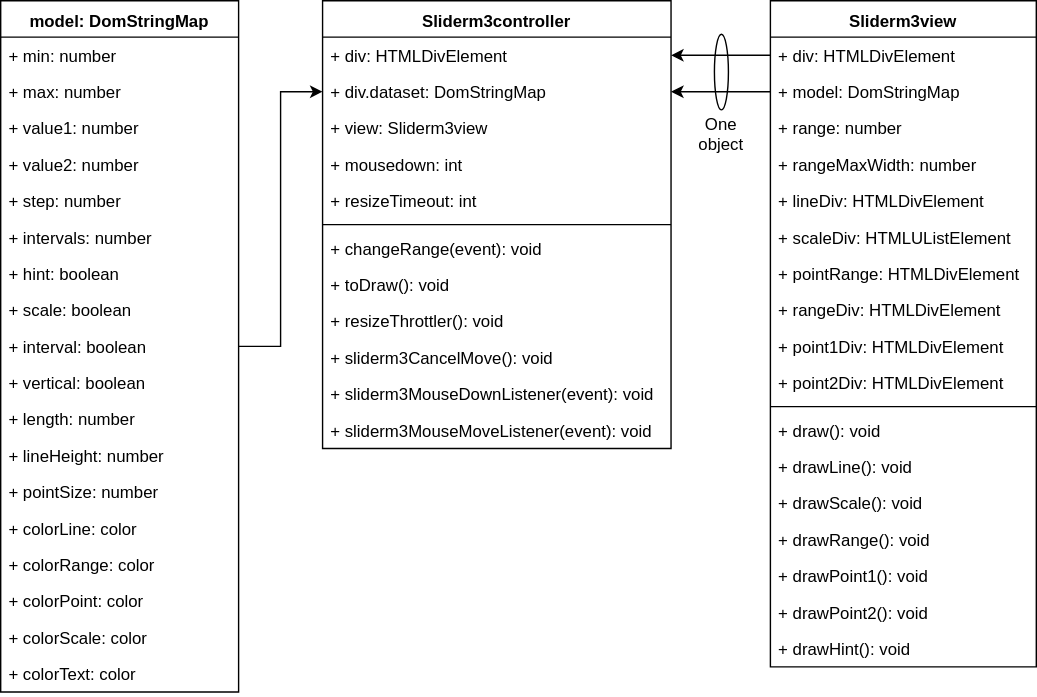
Above: schema.svg in alexanderkif/modifiable-slider (draw.io), before the change. Source tidied: cells renumbered, new cells last; positions are measured from the earlier drawing's top-left corner, leaving out a move shared by most shapes.
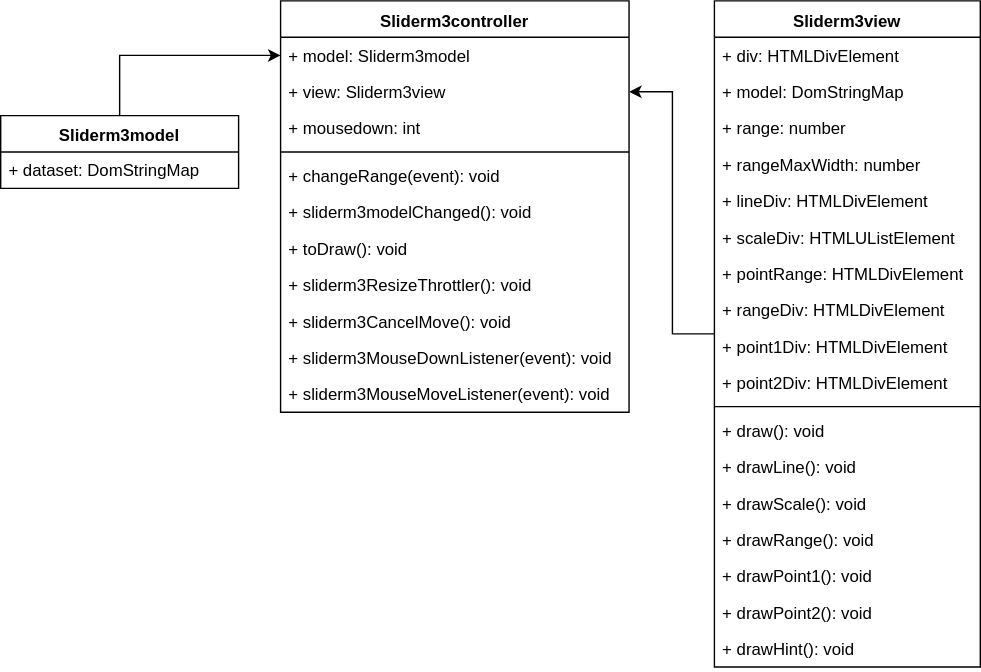
The same diagram one commit later.

The edit, as a diff of the source:
```diff
@@ -3,103 +3,52 @@
     <mxCell id="0" />
     <mxCell id="1" parent="0" />
     <mxCell id="2" value="Sliderm3controller" style="swimlane;fontStyle=1;align=center;verticalAlign=top;horizontal=1;startSize=26;" parent="1" vertex="1">
-      <mxGeometry x="230" width="249" height="320" as="geometry" />
+      <mxGeometry x="230" width="249" height="294" as="geometry" />
     </mxCell>
-    <mxCell id="3" value="+ div: HTMLDivElement" style="text;strokeColor=none;fillColor=none;align=left;verticalAlign=top;spacingLeft=4;spacingRight=4;overflow=hidden;points=[[0,0.5],[1,0.5]];portConstraint=eastwest;" parent="2" vertex="1">
-      <mxGeometry y="26" width="249" height="26" as="geometry" />
-    </mxCell>
-    <mxCell id="4" value="+ div.dataset: DomStringMap" style="text;strokeColor=none;fillColor=none;align=left;verticalAlign=top;spacingLeft=4;spacingRight=4;overflow=hidden;points=[[0,0.5],[1,0.5]];portConstraint=eastwest;" parent="2" vertex="1">
-      <mxGeometry y="52" width="249" height="26" as="geometry" />
+    <mxCell id="4" value="+ model: Sliderm3model" style="text;strokeColor=none;fillColor=none;align=left;verticalAlign=top;spacingLeft=4;spacingRight=4;overflow=hidden;points=[[0,0.5],[1,0.5]];portConstraint=eastwest;" parent="2" vertex="1">
+      <mxGeometry y="26" width="249" height="26" as="geometry" />
     </mxCell>
     <mxCell id="5" value="+ view: Sliderm3view" style="text;strokeColor=none;fillColor=none;align=left;verticalAlign=top;spacingLeft=4;spacingRight=4;overflow=hidden;points=[[0,0.5],[1,0.5]];portConstraint=eastwest;" parent="2" vertex="1">
-      <mxGeometry y="78" width="249" height="26" as="geometry" />
+      <mxGeometry y="52" width="249" height="26" as="geometry" />
     </mxCell>
     <mxCell id="6" value="+ mousedown: int" style="text;strokeColor=none;fillColor=none;align=left;verticalAlign=top;spacingLeft=4;spacingRight=4;overflow=hidden;" parent="2" vertex="1">
-      <mxGeometry y="104" width="249" height="26" as="geometry" />
+      <mxGeometry y="78" width="249" height="26" as="geometry" />
     </mxCell>
-    <mxCell id="7" value="+ resizeTimeout: int" style="text;strokeColor=none;fillColor=none;align=left;verticalAlign=top;spacingLeft=4;spacingRight=4;overflow=hidden;" parent="2" vertex="1">
-      <mxGeometry y="130" width="249" height="26" as="geometry" />
-    </mxCell>
     <mxCell id="8" style="line;strokeWidth=1;fillColor=none;align=left;verticalAlign=middle;spacingTop=-1;spacingLeft=3;spacingRight=3;labelPosition=right;" parent="2" vertex="1">
-      <mxGeometry y="156" width="249" height="8" as="geometry" />
+      <mxGeometry y="104" width="249" height="8" as="geometry" />
     </mxCell>
     <mxCell id="9" value="+ changeRange(event): void" style="text;strokeColor=none;fillColor=none;align=left;verticalAlign=top;spacingLeft=4;spacingRight=4;overflow=hidden;" parent="2" vertex="1">
-      <mxGeometry y="164" width="249" height="26" as="geometry" />
+      <mxGeometry y="112" width="249" height="26" as="geometry" />
     </mxCell>
+    <mxCell id="58" value="+ sliderm3modelChanged(): void&#10;" style="text;strokeColor=none;fillColor=none;align=left;verticalAlign=top;spacingLeft=4;spacingRight=4;overflow=hidden;" parent="2" vertex="1">
+      <mxGeometry y="138" width="249" height="26" as="geometry" />
+    </mxCell>
     <mxCell id="10" value="+ toDraw(): void" style="text;strokeColor=none;fillColor=none;align=left;verticalAlign=top;spacingLeft=4;spacingRight=4;overflow=hidden;" parent="2" vertex="1">
-      <mxGeometry y="190" width="249" height="26" as="geometry" />
+      <mxGeometry y="164" width="249" height="26" as="geometry" />
     </mxCell>
-    <mxCell id="11" value="+ resizeThrottler(): void" style="text;strokeColor=none;fillColor=none;align=left;verticalAlign=top;spacingLeft=4;spacingRight=4;overflow=hidden;" parent="2" vertex="1">
-      <mxGeometry y="216" width="249" height="26" as="geometry" />
+    <mxCell id="11" value="+ sliderm3ResizeThrottler(): void&#10;" style="text;strokeColor=none;fillColor=none;align=left;verticalAlign=top;spacingLeft=4;spacingRight=4;overflow=hidden;" parent="2" vertex="1">
+      <mxGeometry y="190" width="249" height="26" as="geometry" />
     </mxCell>
     <mxCell id="12" value="+ sliderm3CancelMove(): void" style="text;strokeColor=none;fillColor=none;align=left;verticalAlign=top;spacingLeft=4;spacingRight=4;overflow=hidden;" parent="2" vertex="1">
-      <mxGeometry y="242" width="249" height="26" as="geometry" />
+      <mxGeometry y="216" width="249" height="26" as="geometry" />
     </mxCell>
     <mxCell id="13" value="+ sliderm3MouseDownListener(event): void" style="text;strokeColor=none;fillColor=none;align=left;verticalAlign=top;spacingLeft=4;spacingRight=4;overflow=hidden;" parent="2" vertex="1">
-      <mxGeometry y="268" width="249" height="26" as="geometry" />
+      <mxGeometry y="242" width="249" height="26" as="geometry" />
     </mxCell>
     <mxCell id="14" value="+ sliderm3MouseMoveListener(event): void" style="text;strokeColor=none;fillColor=none;align=left;verticalAlign=top;spacingLeft=4;spacingRight=4;overflow=hidden;" parent="2" vertex="1">
-      <mxGeometry y="294" width="249" height="26" as="geometry" />
+      <mxGeometry y="268" width="249" height="26" as="geometry" />
     </mxCell>
-    <mxCell id="15" value="model: DomStringMap" style="swimlane;fontStyle=1;align=center;verticalAlign=top;horizontal=1;startSize=26;" parent="1" vertex="1">
-      <mxGeometry width="170" height="494" as="geometry" />
+    <mxCell id="15" value="Sliderm3model" style="swimlane;fontStyle=1;align=center;verticalAlign=top;horizontal=1;startSize=26;" parent="1" vertex="1">
+      <mxGeometry x="30" y="82" width="170" height="52" as="geometry" />
     </mxCell>
-    <mxCell id="16" value="+ min: number" style="text;strokeColor=none;fillColor=none;align=left;verticalAlign=top;spacingLeft=4;spacingRight=4;overflow=hidden;" parent="15" vertex="1">
+    <mxCell id="16" value="+ dataset: DomStringMap" style="text;strokeColor=none;fillColor=none;align=left;verticalAlign=top;spacingLeft=4;spacingRight=4;overflow=hidden;" parent="15" vertex="1">
       <mxGeometry y="26" width="170" height="26" as="geometry" />
     </mxCell>
-    <mxCell id="17" value="+ max: number" style="text;strokeColor=none;fillColor=none;align=left;verticalAlign=top;spacingLeft=4;spacingRight=4;overflow=hidden;" parent="15" vertex="1">
-      <mxGeometry y="52" width="170" height="26" as="geometry" />
-    </mxCell>
-    <mxCell id="18" value="+ value1: number" style="text;strokeColor=none;fillColor=none;align=left;verticalAlign=top;spacingLeft=4;spacingRight=4;overflow=hidden;" parent="15" vertex="1">
-      <mxGeometry y="78" width="170" height="26" as="geometry" />
-    </mxCell>
-    <mxCell id="19" value="+ value2: number" style="text;strokeColor=none;fillColor=none;align=left;verticalAlign=top;spacingLeft=4;spacingRight=4;overflow=hidden;" parent="15" vertex="1">
-      <mxGeometry y="104" width="170" height="26" as="geometry" />
-    </mxCell>
-    <mxCell id="20" value="+ step: number" style="text;strokeColor=none;fillColor=none;align=left;verticalAlign=top;spacingLeft=4;spacingRight=4;overflow=hidden;" parent="15" vertex="1">
-      <mxGeometry y="130" width="170" height="26" as="geometry" />
-    </mxCell>
-    <mxCell id="21" value="+ intervals: number" style="text;strokeColor=none;fillColor=none;align=left;verticalAlign=top;spacingLeft=4;spacingRight=4;overflow=hidden;" parent="15" vertex="1">
-      <mxGeometry y="156" width="170" height="26" as="geometry" />
-    </mxCell>
-    <mxCell id="22" value="+ hint: boolean" style="text;strokeColor=none;fillColor=none;align=left;verticalAlign=top;spacingLeft=4;spacingRight=4;overflow=hidden;" parent="15" vertex="1">
-      <mxGeometry y="182" width="170" height="26" as="geometry" />
-    </mxCell>
-    <mxCell id="23" value="+ scale: boolean" style="text;strokeColor=none;fillColor=none;align=left;verticalAlign=top;spacingLeft=4;spacingRight=4;overflow=hidden;" parent="15" vertex="1">
-      <mxGeometry y="208" width="170" height="26" as="geometry" />
-    </mxCell>
-    <mxCell id="24" value="+ interval: boolean" style="text;strokeColor=none;fillColor=none;align=left;verticalAlign=top;spacingLeft=4;spacingRight=4;overflow=hidden;points=[[0,0.5],[1,0.5]];portConstraint=eastwest;" parent="15" vertex="1">
-      <mxGeometry y="234" width="170" height="26" as="geometry" />
-    </mxCell>
-    <mxCell id="25" value="+ vertical: boolean" style="text;strokeColor=none;fillColor=none;align=left;verticalAlign=top;spacingLeft=4;spacingRight=4;overflow=hidden;" parent="15" vertex="1">
-      <mxGeometry y="260" width="170" height="26" as="geometry" />
-    </mxCell>
-    <mxCell id="26" value="+ length: number" style="text;strokeColor=none;fillColor=none;align=left;verticalAlign=top;spacingLeft=4;spacingRight=4;overflow=hidden;" parent="15" vertex="1">
-      <mxGeometry y="286" width="170" height="26" as="geometry" />
-    </mxCell>
-    <mxCell id="27" value="+ lineHeight: number" style="text;strokeColor=none;fillColor=none;align=left;verticalAlign=top;spacingLeft=4;spacingRight=4;overflow=hidden;" parent="15" vertex="1">
-      <mxGeometry y="312" width="170" height="26" as="geometry" />
-    </mxCell>
-    <mxCell id="28" value="+ pointSize: number" style="text;strokeColor=none;fillColor=none;align=left;verticalAlign=top;spacingLeft=4;spacingRight=4;overflow=hidden;" parent="15" vertex="1">
-      <mxGeometry y="338" width="170" height="26" as="geometry" />
-    </mxCell>
-    <mxCell id="29" value="+ colorLine: color" style="text;strokeColor=none;fillColor=none;align=left;verticalAlign=top;spacingLeft=4;spacingRight=4;overflow=hidden;" parent="15" vertex="1">
-      <mxGeometry y="364" width="170" height="26" as="geometry" />
-    </mxCell>
-    <mxCell id="30" value="+ colorRange: color" style="text;strokeColor=none;fillColor=none;align=left;verticalAlign=top;spacingLeft=4;spacingRight=4;overflow=hidden;" parent="15" vertex="1">
-      <mxGeometry y="390" width="170" height="26" as="geometry" />
-    </mxCell>
-    <mxCell id="31" value="+ colorPoint: color" style="text;strokeColor=none;fillColor=none;align=left;verticalAlign=top;spacingLeft=4;spacingRight=4;overflow=hidden;" parent="15" vertex="1">
-      <mxGeometry y="416" width="170" height="26" as="geometry" />
-    </mxCell>
-    <mxCell id="32" value="+ colorScale: color" style="text;strokeColor=none;fillColor=none;align=left;verticalAlign=top;spacingLeft=4;spacingRight=4;overflow=hidden;" parent="15" vertex="1">
-      <mxGeometry y="442" width="170" height="26" as="geometry" />
-    </mxCell>
-    <mxCell id="33" value="+ colorText: color" style="text;strokeColor=none;fillColor=none;align=left;verticalAlign=top;spacingLeft=4;spacingRight=4;overflow=hidden;" parent="15" vertex="1">
-      <mxGeometry y="468" width="170" height="26" as="geometry" />
-    </mxCell>
+    <mxCell id="59" style="edgeStyle=orthogonalEdgeStyle;rounded=0;html=1;jettySize=auto;entryX=1;entryY=0.5;entryDx=0;entryDy=0;" parent="1" edge="1" source="34" target="5">
+      <mxGeometry relative="1" as="geometry" />
+    </mxCell>
     <mxCell id="34" value="Sliderm3view" style="swimlane;fontStyle=1;align=center;verticalAlign=top;horizontal=1;startSize=26;" parent="1" vertex="1">
-      <mxGeometry x="550" width="190" height="476" as="geometry" />
+      <mxGeometry x="540" width="190" height="476" as="geometry" />
     </mxCell>
     <mxCell id="35" value="+ div: HTMLDivElement" style="text;strokeColor=none;fillColor=none;align=left;verticalAlign=top;spacingLeft=4;spacingRight=4;overflow=hidden;points=[[0,0.5],[1,0.5]];portConstraint=eastwest;" parent="34" vertex="1">
       <mxGeometry y="26" width="190" height="26" as="geometry" />
@@ -155,19 +104,7 @@
     <mxCell id="52" value="+ drawHint(): void" style="text;strokeColor=none;fillColor=none;align=left;verticalAlign=top;spacingLeft=4;spacingRight=4;overflow=hidden;" parent="34" vertex="1">
       <mxGeometry y="450" width="190" height="26" as="geometry" />
     </mxCell>
-    <mxCell id="53" style="edgeStyle=orthogonalEdgeStyle;rounded=0;html=1;jettySize=auto;" parent="1" edge="1" source="36" target="4">
-      <mxGeometry relative="1" as="geometry" />
-    </mxCell>
-    <mxCell id="54" style="edgeStyle=orthogonalEdgeStyle;rounded=0;html=1;jettySize=auto;" parent="1" edge="1" source="35" target="3">
-      <mxGeometry relative="1" as="geometry" />
-    </mxCell>
-    <mxCell id="55" style="ellipse;whiteSpace=wrap;html=1;fillColor=none;" parent="1" vertex="1">
-      <mxGeometry x="510" y="24" width="10" height="54" as="geometry" />
-    </mxCell>
-    <mxCell id="56" value="One object" style="text;html=1;strokeColor=none;fillColor=none;align=center;verticalAlign=middle;whiteSpace=wrap;rounded=0;" parent="1" vertex="1">
-      <mxGeometry x="495" y="81" width="40" height="29" as="geometry" />
-    </mxCell>
-    <mxCell id="57" style="edgeStyle=orthogonalEdgeStyle;rounded=0;html=1;entryX=0;entryY=0.5;entryDx=0;entryDy=0;jettySize=auto;" parent="1" edge="1" source="24" target="4">
+    <mxCell id="57" style="edgeStyle=orthogonalEdgeStyle;rounded=0;html=1;entryX=0;entryY=0.5;entryDx=0;entryDy=0;jettySize=auto;exitX=0.5;exitY=0;exitDx=0;exitDy=0;" parent="1" edge="1" source="15" target="4">
       <mxGeometry relative="1" as="geometry" />
     </mxCell>
   </root>
```
